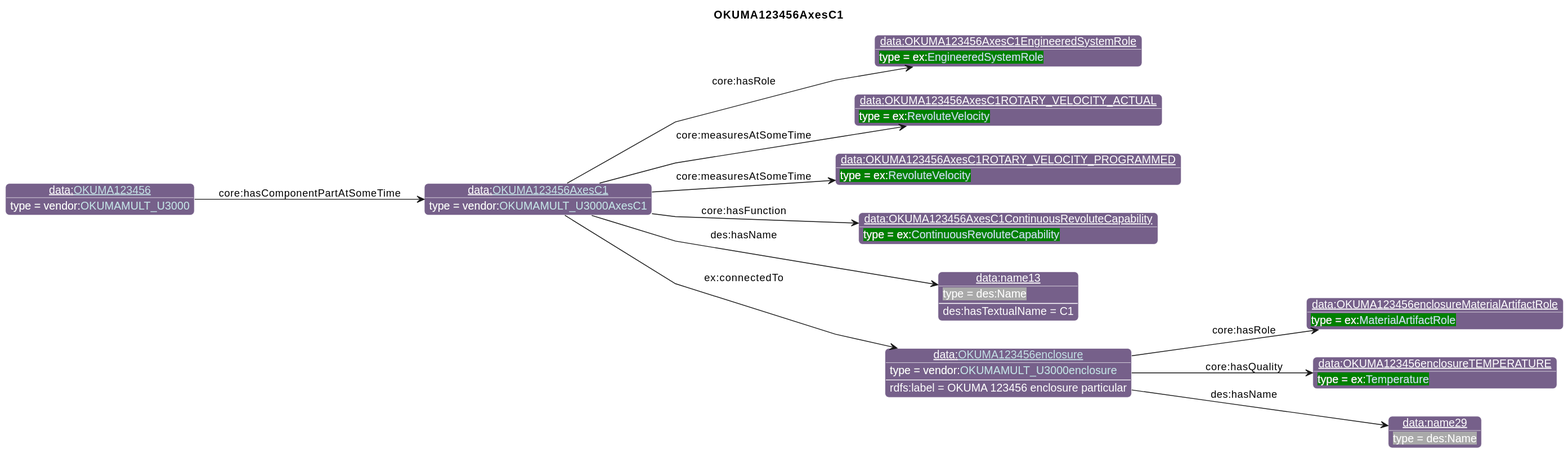
Before: diagrams/OKUMA123456AxesC1.svg, a diagram exported from PlantUML (iofoundry/example-syseng-mtconnect).
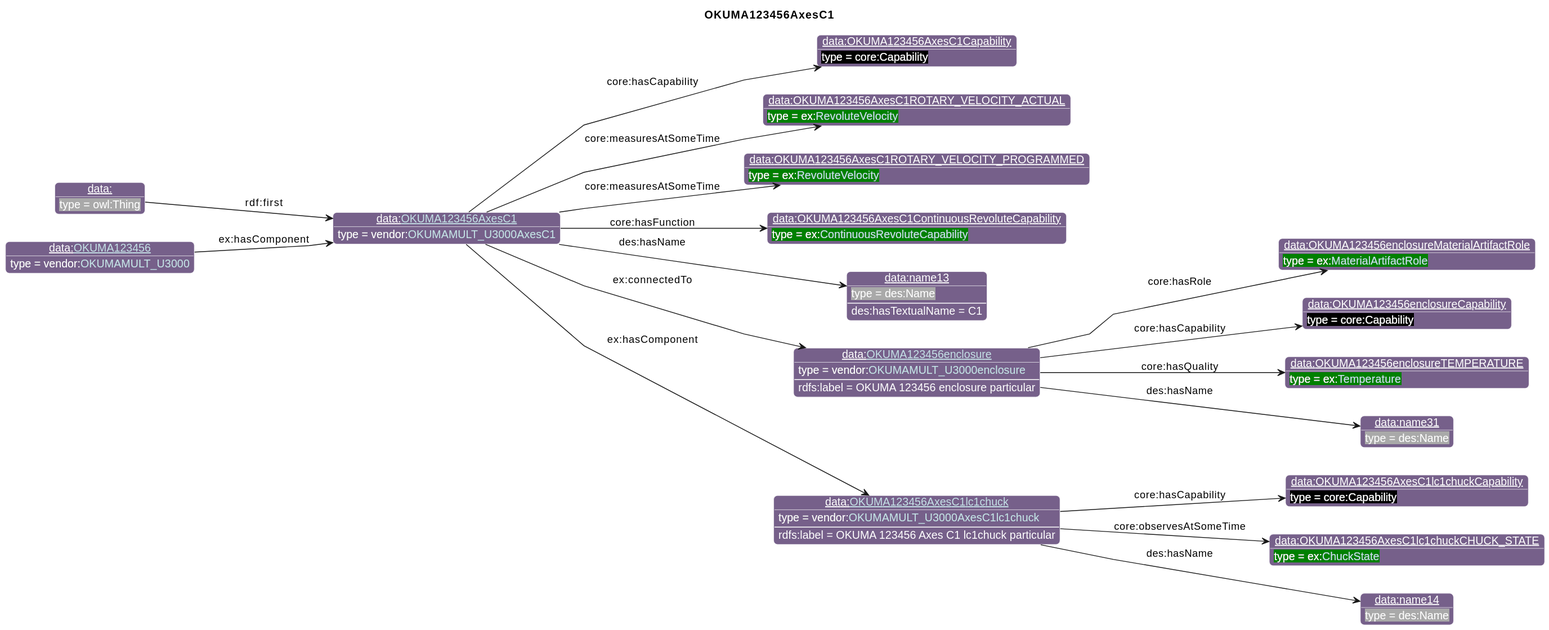
The same diagram one commit later.

Change to the diagram source:
```diff
@@ -26,17 +26,23 @@
                       "qp":"641B2E"
       }
 individual(o0, data:[[./OKUMA123456AxesC1.html OKUMA123456AxesC1]], vendor:[[../OKUMA.html#OKUMAMULT_U3000AxesC1 OKUMAMULT_U3000AxesC1]])
-individual(o1, data:OKUMA123456AxesC1EngineeredSystemRole, ex:[[../Example.html#EngineeredSystemRole EngineeredSystemRole]])
+individual(o1, data:OKUMA123456AxesC1Capability, core:Capability)
 individual(o2, data:OKUMA123456AxesC1ROTARY_VELOCITY_ACTUAL, ex:[[../Example.html#RevoluteVelocity RevoluteVelocity]])
 individual(o3, data:OKUMA123456AxesC1ROTARY_VELOCITY_PROGRAMMED, ex:[[../Example.html#RevoluteVelocity RevoluteVelocity]])
 individual(o4, data:OKUMA123456AxesC1ContinuousRevoluteCapability, ex:[[../Example.html#ContinuousRevoluteCapability ContinuousRevoluteCapability]])
 individual(o5, data:name13, des:Name)
 individual(o6, data:[[./OKUMA123456enclosure.html OKUMA123456enclosure]], vendor:[[../OKUMA.html#OKUMAMULT_U3000enclosure OKUMAMULT_U3000enclosure]])
 individual(o7, data:OKUMA123456enclosureMaterialArtifactRole, ex:[[../Example.html#MaterialArtifactRole MaterialArtifactRole]])
-individual(o8, data:OKUMA123456enclosureTEMPERATURE, ex:[[../Example.html#Temperature Temperature]])
-individual(o9, data:name29, des:Name)
-individual(o10, data:[[./OKUMA123456.html OKUMA123456]], vendor:[[../OKUMA.html#OKUMAMULT_U3000 OKUMAMULT_U3000]])
-property(o0, "core:hasRole", o1)
+individual(o8, data:OKUMA123456enclosureCapability, core:Capability)
+individual(o9, data:OKUMA123456enclosureTEMPERATURE, ex:[[../Example.html#Temperature Temperature]])
+individual(o10, data:name31, des:Name)
+individual(o11, data:[[./OKUMA123456AxesC1lc1chuck.html OKUMA123456AxesC1lc1chuck]], vendor:[[../OKUMA.html#OKUMAMULT_U3000AxesC1lc1chuck OKUMAMULT_U3000AxesC1lc1chuck]])
+individual(o12, data:OKUMA123456AxesC1lc1chuckCapability, core:Capability)
+individual(o13, data:OKUMA123456AxesC1lc1chuckCHUCK_STATE, ex:[[../Example.html#ChuckState ChuckState]])
+individual(o14, data:name14, des:Name)
+individual(o15, data:, owl:Thing)
+individual(o16, data:[[./OKUMA123456.html OKUMA123456]], vendor:[[../OKUMA.html#OKUMAMULT_U3000 OKUMAMULT_U3000]])
+property(o0, "core:hasCapability", o1)
 property(o0, "core:measuresAtSomeTime", o2)
 property(o0, "core:measuresAtSomeTime", o3)
 property(o0, "core:hasFunction", o4)
@@ -45,7 +51,14 @@
 property(o0, "ex:connectedTo", o6)
 data(o6, "rdfs:label", "OKUMA 123456 enclosure particular")
 property(o6, "core:hasRole", o7)
-property(o6, "core:hasQuality", o8)
-property(o6, "des:hasName", o9)
-property(o10, "core:hasComponentPartAtSomeTime", o0)
+property(o6, "core:hasCapability", o8)
+property(o6, "core:hasQuality", o9)
+property(o6, "des:hasName", o10)
+property(o0, "ex:hasComponent", o11)
+data(o11, "rdfs:label", "OKUMA 123456 Axes C1 lc1chuck particular")
+property(o11, "core:hasCapability", o12)
+property(o11, "core:observesAtSomeTime", o13)
+property(o11, "des:hasName", o14)
+property(o15, "rdf:first", o0)
+property(o16, "ex:hasComponent", o0)
 @enduml
```
